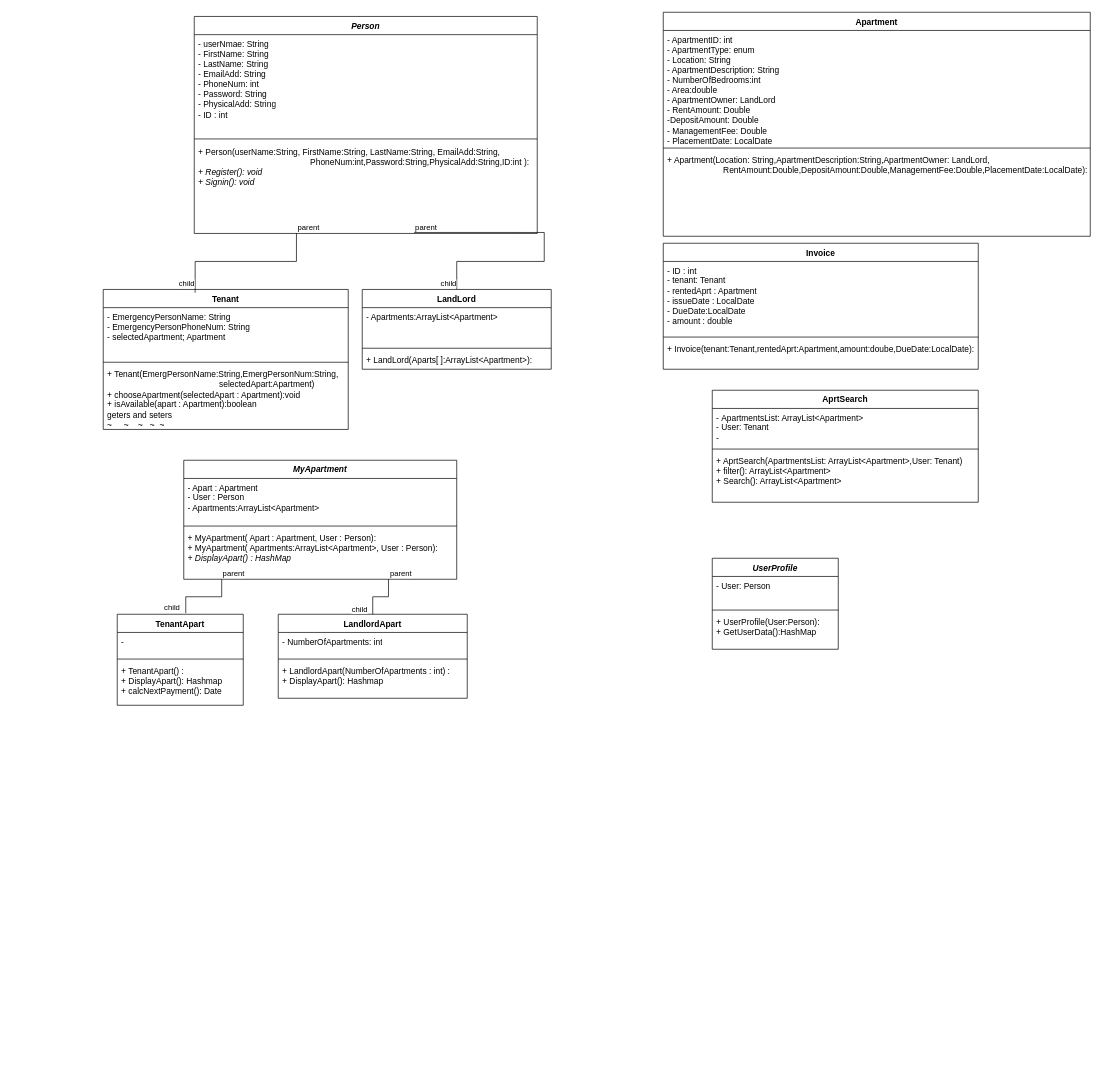
This is UML/Untitled Diagram.drawio from kandeel679/Rent_management_system, a draw.io file, before an edit. Source tidied: cells renumbered, new cells numbered last; positions are measured from the earlier drawing's top-left corner, leaving out a move shared by most shapes. Both pictures are drawn from the tidied source at 70%, with x=0, y=0 at pixel (103, 12).
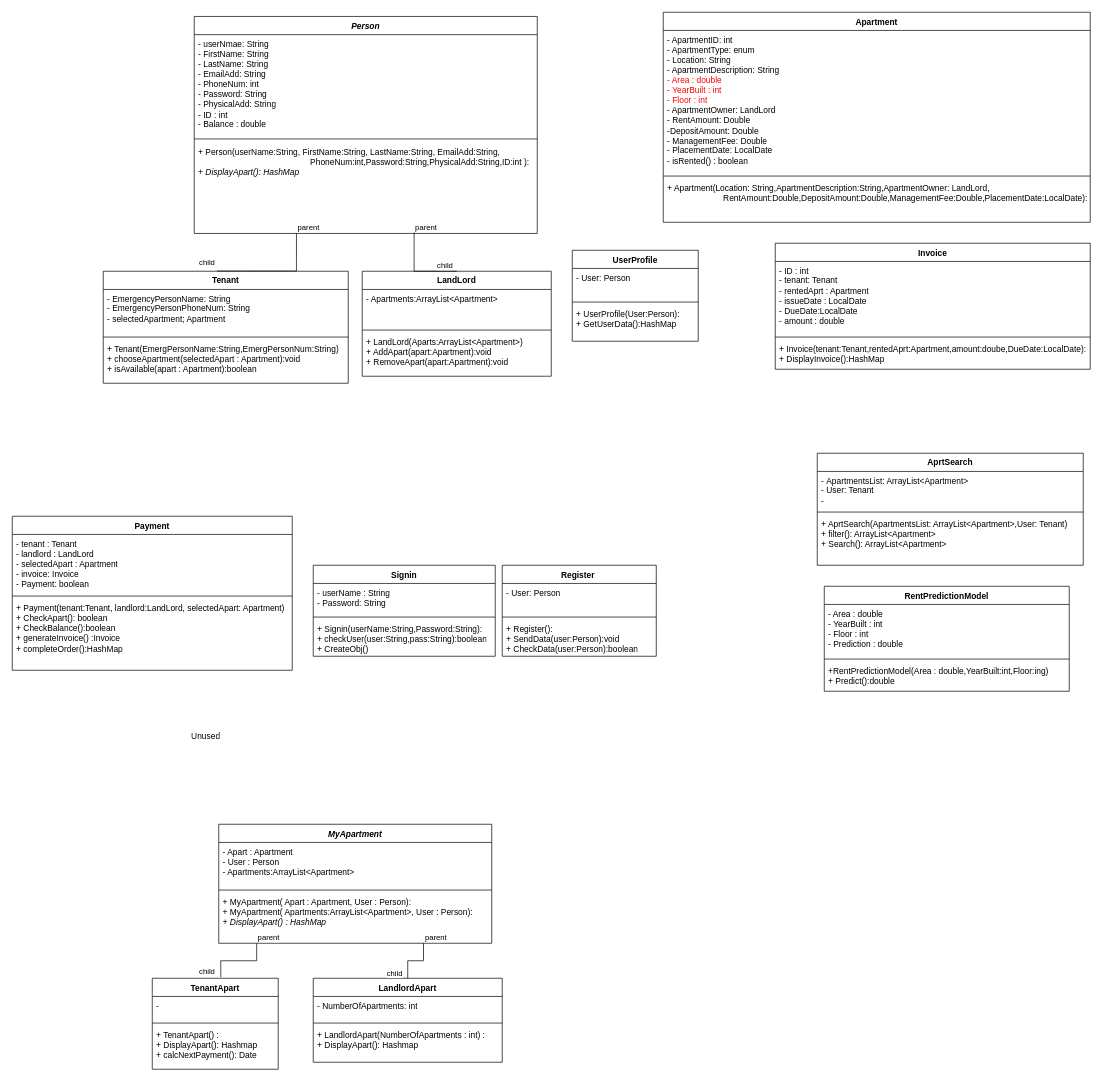
The same page after the edit.

The change refers to these unchanged cells:
```xml
<mxCell id="2" value="&lt;i&gt;Person&lt;/i&gt;" style="swimlane;fontStyle=1;align=center;verticalAlign=top;horizontal=1;startSize=26;whiteSpace=wrap;html=1;" parent="1" vertex="1">
  <mxGeometry x="130" y="6" width="490" height="310" as="geometry" />
</mxCell>
```

The edit, as a diff of the source:
```diff
@@
-    <mxCell id="3" value="- userNmae: String&lt;br&gt;- FirstName: String&lt;br&gt;- LastName: String&lt;br&gt;- EmailAdd: String&lt;br&gt;- PhoneNum: int&lt;br&gt;- Password: String&lt;br&gt;- PhysicalAdd: String&lt;br&gt;- ID : int" style="text;strokeColor=none;fillColor=none;align=left;verticalAlign=top;spacingLeft=4;spacingRight=4;overflow=hidden;whiteSpace=wrap;html=1;" parent="2" vertex="1">
+    <mxCell id="3" value="- userNmae: String&lt;br&gt;- FirstName: String&lt;br&gt;- LastName: String&lt;br&gt;- EmailAdd: String&lt;br&gt;- PhoneNum: int&lt;br&gt;- Password: String&lt;br&gt;- PhysicalAdd: String&lt;br&gt;- ID : int&lt;br&gt;- Balance : double" style="text;strokeColor=none;fillColor=none;align=left;verticalAlign=top;spacingLeft=4;spacingRight=4;overflow=hidden;whiteSpace=wrap;html=1;" parent="2" vertex="1">
       <mxGeometry y="26" width="490" height="144" as="geometry" />
     </mxCell>
@@
-    <mxCell id="5" value="+ Person(userName:String, FirstName:String, LastName:String, EmailAdd:String, &lt;span style=&quot;white-space: pre;&quot;&gt;&#9;&lt;/span&gt;&lt;span style=&quot;white-space: pre;&quot;&gt;&#9;&lt;/span&gt;&lt;span style=&quot;white-space: pre;&quot;&gt;&#9;&lt;/span&gt;&lt;span style=&quot;white-space: pre;&quot;&gt;&#9;&lt;/span&gt;&lt;span style=&quot;white-space: pre;&quot;&gt;&#9;&lt;/span&gt;&lt;span style=&quot;white-space: pre;&quot;&gt;&#9;&lt;/span&gt;PhoneNum:int,Password:String,PhysicalAdd:String,ID:int ):&lt;br&gt;&lt;i&gt;+ Register(): void&lt;/i&gt;&lt;br&gt;&lt;i&gt;+ Signin(): void&lt;br&gt;&lt;br&gt;&lt;br&gt;&lt;/i&gt;" style="text;strokeColor=none;fillColor=none;align=left;verticalAlign=top;spacingLeft=4;spacingRight=4;overflow=hidden;points=[[0,0.5],[1,0.5]];portConstraint=eastwest;whiteSpace=wrap;html=1;" parent="2" vertex="1">
+    <mxCell id="5" value="+ Person(userName:String, FirstName:String, LastName:String, EmailAdd:String, &lt;span style=&quot;white-space: pre;&quot;&gt;&#9;&lt;/span&gt;&lt;span style=&quot;white-space: pre;&quot;&gt;&#9;&lt;/span&gt;&lt;span style=&quot;white-space: pre;&quot;&gt;&#9;&lt;/span&gt;&lt;span style=&quot;white-space: pre;&quot;&gt;&#9;&lt;/span&gt;&lt;span style=&quot;white-space: pre;&quot;&gt;&#9;&lt;/span&gt;&lt;span style=&quot;white-space: pre;&quot;&gt;&#9;&lt;/span&gt;PhoneNum:int,Password:String,PhysicalAdd:String,ID:int ):&lt;br&gt;&lt;i&gt;+ DisplayApart(): HashMap&lt;br&gt;&lt;br&gt;&lt;/i&gt;" style="text;strokeColor=none;fillColor=none;align=left;verticalAlign=top;spacingLeft=4;spacingRight=4;overflow=hidden;points=[[0,0.5],[1,0.5]];portConstraint=eastwest;whiteSpace=wrap;html=1;" parent="2" vertex="1">
       <mxGeometry y="180" width="490" height="130" as="geometry" />
     </mxCell>
     <mxCell id="6" value="LandLord" style="swimlane;fontStyle=1;align=center;verticalAlign=top;horizontal=1;startSize=26;whiteSpace=wrap;html=1;" parent="1" vertex="1">
-      <mxGeometry x="370" y="396" width="270" height="114" as="geometry" />
+      <mxGeometry x="370" y="370" width="270" height="150" as="geometry" />
     </mxCell>
@@
-    <mxCell id="9" value="+&amp;nbsp;LandLord(Aparts[ ]:ArrayList&amp;lt;Apartment&amp;gt;):&amp;nbsp;" style="text;strokeColor=none;fillColor=none;align=left;verticalAlign=top;spacingLeft=4;spacingRight=4;overflow=hidden;whiteSpace=wrap;html=1;" parent="6" vertex="1">
-      <mxGeometry y="88" width="270" height="26" as="geometry" />
+    <mxCell id="9" value="+&amp;nbsp;LandLord(Aparts:ArrayList&amp;lt;Apartment&amp;gt;)&lt;br&gt;+ AddApart(apart:Apartment):void&lt;br&gt;+ RemoveApart(apart:Apartment):void" style="text;strokeColor=none;fillColor=none;align=left;verticalAlign=top;spacingLeft=4;spacingRight=4;overflow=hidden;whiteSpace=wrap;html=1;" parent="6" vertex="1">
+      <mxGeometry y="88" width="270" height="62" as="geometry" />
     </mxCell>
     <mxCell id="10" value="Apartment" style="swimlane;fontStyle=1;align=center;verticalAlign=top;horizontal=1;startSize=26;whiteSpace=wrap;html=1;rotation=0;" parent="1" vertex="1">
-      <mxGeometry x="800" width="610" height="320" as="geometry" />
+      <mxGeometry x="800" width="610" height="300" as="geometry" />
     </mxCell>
-    <mxCell id="11" value="- ApartmentID: int&lt;br&gt;- ApartmentType: enum&lt;br&gt;- Location: String&lt;br&gt;- ApartmentDescription: String&lt;br&gt;- NumberOfBedrooms:int&lt;br&gt;- Area:double&lt;br&gt;- ApartmentOwner: LandLord&lt;br&gt;- RentAmount: Double&lt;br&gt;-DepositAmount: Double&lt;br&gt;- ManagementFee: Double&lt;br&gt;- PlacementDate: LocalDate" style="text;strokeColor=none;fillColor=none;align=left;verticalAlign=top;spacingLeft=4;spacingRight=4;overflow=hidden;whiteSpace=wrap;html=1;rotation=0;" parent="10" vertex="1">
-      <mxGeometry y="26" width="610" height="164" as="geometry" />
+    <mxCell id="11" value="- ApartmentID: int&lt;br&gt;- ApartmentType: enum&lt;br&gt;- Location: String&lt;br&gt;- ApartmentDescription: String&lt;br&gt;&lt;font color=&quot;#ff0000&quot;&gt;- Area : double&lt;br&gt;-&amp;nbsp;YearBuilt : int&lt;br&gt;- Floor : int&lt;br&gt;&lt;/font&gt;- ApartmentOwner: LandLord&lt;br&gt;- RentAmount: Double&lt;br&gt;-DepositAmount: Double&lt;br&gt;- ManagementFee: Double&lt;br&gt;- PlacementDate: LocalDate&lt;br&gt;- isRented() : boolean" style="text;strokeColor=none;fillColor=none;align=left;verticalAlign=top;spacingLeft=4;spacingRight=4;overflow=hidden;whiteSpace=wrap;html=1;rotation=0;" parent="10" vertex="1">
+      <mxGeometry y="26" width="610" height="204" as="geometry" />
     </mxCell>
     <mxCell id="12" style="line;strokeWidth=1;fillColor=none;align=left;verticalAlign=middle;spacingTop=-1;spacingLeft=3;spacingRight=3;labelPosition=right;strokeColor=inherit;rotation=0;" parent="10" vertex="1">
-      <mxGeometry y="190" width="610" height="8" as="geometry" />
+      <mxGeometry y="230" width="610" height="8" as="geometry" />
     </mxCell>
     <mxCell id="13" value="+ Apartment(Location: String,ApartmentDescription:String,ApartmentOwner: LandLord,&lt;br&gt;&lt;span style=&quot;white-space: pre;&quot;&gt;&#9;&lt;/span&gt;&lt;span style=&quot;white-space: pre;&quot;&gt;&#9;&lt;/span&gt;&lt;span style=&quot;white-space: pre;&quot;&gt;&#9;&lt;/span&gt;RentAmount:Double,DepositAmount:Double,ManagementFee:Double,PlacementDate:LocalDate&lt;span style=&quot;background-color: initial;&quot;&gt;):&lt;br&gt;&lt;br&gt;&lt;/span&gt;" style="text;strokeColor=none;fillColor=none;align=left;verticalAlign=top;spacingLeft=4;spacingRight=4;overflow=hidden;whiteSpace=wrap;html=1;rotation=0;" parent="10" vertex="1">
-      <mxGeometry y="198" width="610" height="122" as="geometry" />
+      <mxGeometry y="238" width="610" height="62" as="geometry" />
     </mxCell>
     <mxCell id="14" value="Tenant" style="swimlane;fontStyle=1;align=center;verticalAlign=top;horizontal=1;startSize=26;whiteSpace=wrap;html=1;" parent="1" vertex="1">
-      <mxGeometry y="396" width="350" height="200" as="geometry" />
+      <mxGeometry y="370" width="350" height="160" as="geometry" />
     </mxCell>
     <mxCell id="15" value="- EmergencyPersonName: String&lt;br&gt;- EmergencyPersonPhoneNum: String&lt;br&gt;- selectedApartment; Apartment&amp;nbsp;" style="text;strokeColor=none;fillColor=none;align=left;verticalAlign=top;spacingLeft=4;spacingRight=4;overflow=hidden;whiteSpace=wrap;html=1;" parent="14" vertex="1">
-      <mxGeometry y="26" width="350" height="74" as="geometry" />
+      <mxGeometry y="26" width="350" height="64" as="geometry" />
     </mxCell>
     <mxCell id="16" style="line;strokeWidth=1;fillColor=none;align=left;verticalAlign=middle;spacingTop=-1;spacingLeft=3;spacingRight=3;labelPosition=right;strokeColor=inherit;" parent="14" vertex="1">
-      <mxGeometry y="100" width="350" height="8" as="geometry" />
+      <mxGeometry y="90" width="350" height="8" as="geometry" />
     </mxCell>
-    <mxCell id="17" value="+ Tenant(EmergPersonName:String,EmergPersonNum:String,&lt;br&gt;&lt;span style=&quot;white-space: pre;&quot;&gt;&#9;&lt;/span&gt;&lt;span style=&quot;white-space: pre;&quot;&gt;&#9;&lt;/span&gt;&lt;span style=&quot;white-space: pre;&quot;&gt;&#9;&lt;/span&gt;&lt;span style=&quot;white-space: pre;&quot;&gt;&#9;&lt;/span&gt;&lt;span style=&quot;white-space: pre;&quot;&gt;&#9;&lt;span style=&quot;white-space: pre;&quot;&gt;&#9;&lt;/span&gt;&lt;/span&gt;selectedApart:Apartment)&lt;br&gt;+&amp;nbsp;chooseApartment(selectedApart : Apartment):void&lt;br&gt;+ isAvailable(apart : Apartment):boolean&lt;br&gt;geters and seters&lt;br&gt;~&amp;nbsp; &amp;nbsp; &amp;nbsp;~&amp;nbsp; &amp;nbsp; ~&amp;nbsp; &amp;nbsp;~&amp;nbsp; ~" style="text;strokeColor=none;fillColor=none;align=left;verticalAlign=top;spacingLeft=4;spacingRight=4;overflow=hidden;whiteSpace=wrap;html=1;" parent="14" vertex="1">
-      <mxGeometry y="108" width="350" height="92" as="geometry" />
+    <mxCell id="17" value="+ Tenant(EmergPersonName:String,EmergPersonNum:String)&lt;br&gt;+&amp;nbsp;chooseApartment(selectedApart : Apartment):void&lt;br&gt;+ isAvailable(apart : Apartment):boolean&lt;br&gt;" style="text;strokeColor=none;fillColor=none;align=left;verticalAlign=top;spacingLeft=4;spacingRight=4;overflow=hidden;whiteSpace=wrap;html=1;" parent="14" vertex="1">
+      <mxGeometry y="98" width="350" height="62" as="geometry" />
     </mxCell>
-    <mxCell id="18" style="endArrow=none;html=1;edgeStyle=orthogonalEdgeStyle;rounded=0;entryX=0.375;entryY=0.023;entryDx=0;entryDy=0;entryPerimeter=0;exitX=0.298;exitY=0.999;exitDx=0;exitDy=0;exitPerimeter=0;" parent="1" edge="1" source="5" target="14">
-      <mxGeometry relative="1" as="geometry" />
+    <mxCell id="18" style="endArrow=none;html=1;edgeStyle=orthogonalEdgeStyle;rounded=0;exitX=0.298;exitY=0.999;exitDx=0;exitDy=0;exitPerimeter=0;entryX=0.465;entryY=-0.002;entryDx=0;entryDy=0;entryPerimeter=0;" parent="1" edge="1" source="5" target="14">
+      <mxGeometry relative="1" as="geometry">
+        <Array as="points">
+          <mxPoint x="276" y="370" />
+          <mxPoint x="163" y="370" />
+        </Array>
+      </mxGeometry>
     </mxCell>
@@
     <mxCell id="20" value="child" style="edgeLabel;html=1;align=right;verticalAlign=bottom;" parent="18" vertex="1">
       <mxGeometry x="1" relative="1" as="geometry">
-        <mxPoint y="-4" as="offset" />
+        <mxPoint x="-3" y="-4" as="offset" />
       </mxGeometry>
     </mxCell>
     <mxCell id="21" value="Invoice" style="swimlane;fontStyle=1;align=center;verticalAlign=top;horizontal=1;startSize=26;whiteSpace=wrap;html=1;" parent="1" vertex="1">
-      <mxGeometry x="800" y="330" width="450" height="180" as="geometry" />
+      <mxGeometry x="960" y="330" width="450" height="180" as="geometry" />
     </mxCell>
@@
-    <mxCell id="24" value="+ Invoice(tenant:Tenant,rentedAprt:Apartment,amount:doube,DueDate:LocalDate):" style="text;strokeColor=none;fillColor=none;align=left;verticalAlign=top;spacingLeft=4;spacingRight=4;overflow=hidden;whiteSpace=wrap;html=1;" parent="21" vertex="1">
+    <mxCell id="24" value="+ Invoice(tenant:Tenant,rentedAprt:Apartment,amount:doube,DueDate:LocalDate):&lt;br&gt;+ DisplayInvoice():HashMap" style="text;strokeColor=none;fillColor=none;align=left;verticalAlign=top;spacingLeft=4;spacingRight=4;overflow=hidden;whiteSpace=wrap;html=1;" parent="21" vertex="1">
       <mxGeometry y="138" width="450" height="42" as="geometry" />
     </mxCell>
     <mxCell id="25" style="endArrow=none;html=1;edgeStyle=orthogonalEdgeStyle;rounded=0;exitX=0.641;exitY=0.989;exitDx=0;exitDy=0;exitPerimeter=0;entryX=0.5;entryY=0;entryDx=0;entryDy=0;" parent="1" edge="1" source="5" target="6">
-      <mxGeometry relative="1" as="geometry" />
+      <mxGeometry relative="1" as="geometry">
+        <Array as="points">
+          <mxPoint x="444" y="370" />
+          <mxPoint x="505" y="370" />
+        </Array>
+      </mxGeometry>
     </mxCell>
@@
     <mxCell id="27" value="child" style="edgeLabel;html=1;align=right;verticalAlign=bottom;" parent="25" vertex="1">
-      <mxGeometry x="1" relative="1" as="geometry" />
+      <mxGeometry x="1" relative="1" as="geometry">
+        <mxPoint x="-5" as="offset" />
+      </mxGeometry>
     </mxCell>
     <mxCell id="28" value="AprtSearch" style="swimlane;fontStyle=1;align=center;verticalAlign=top;horizontal=1;startSize=26;whiteSpace=wrap;html=1;" parent="1" vertex="1">
-      <mxGeometry x="870" y="540" width="380" height="160" as="geometry" />
+      <mxGeometry x="1020" y="630" width="380" height="160" as="geometry" />
     </mxCell>
@@
-    <mxCell id="32" value="&lt;i&gt;UserProfile&lt;/i&gt;" style="swimlane;fontStyle=1;align=center;verticalAlign=top;horizontal=1;startSize=26;whiteSpace=wrap;html=1;" parent="1" vertex="1">
-      <mxGeometry x="870" y="780" width="180" height="130" as="geometry" />
+    <mxCell id="32" value="UserProfile" style="swimlane;fontStyle=1;align=center;verticalAlign=top;horizontal=1;startSize=26;whiteSpace=wrap;html=1;" parent="1" vertex="1">
+      <mxGeometry x="670" y="340" width="180" height="130" as="geometry" />
     </mxCell>
@@
     <mxCell id="36" value="&lt;i&gt;MyApartment&lt;/i&gt;" style="swimlane;fontStyle=1;align=center;verticalAlign=top;horizontal=1;startSize=26;whiteSpace=wrap;html=1;" parent="1" vertex="1">
-      <mxGeometry x="115" y="640" width="390" height="170" as="geometry" />
+      <mxGeometry x="165" y="1160" width="390" height="170" as="geometry" />
     </mxCell>
@@
     <mxCell id="40" value="TenantApart" style="swimlane;fontStyle=1;align=center;verticalAlign=top;horizontal=1;startSize=26;whiteSpace=wrap;html=1;" parent="1" vertex="1">
-      <mxGeometry x="20" y="860" width="180" height="130" as="geometry" />
+      <mxGeometry x="70" y="1380" width="180" height="130" as="geometry" />
     </mxCell>
@@
     <mxCell id="44" value="LandlordApart" style="swimlane;fontStyle=1;align=center;verticalAlign=top;horizontal=1;startSize=26;whiteSpace=wrap;html=1;" parent="1" vertex="1">
-      <mxGeometry x="250" y="860" width="270" height="120" as="geometry" />
+      <mxGeometry x="300" y="1380" width="270" height="120" as="geometry" />
     </mxCell>
@@
+    <mxCell id="54" value="Unused" style="text;strokeColor=none;fillColor=none;align=left;verticalAlign=middle;spacingLeft=4;spacingRight=4;overflow=hidden;whiteSpace=wrap;html=1;" parent="1" vertex="1">
+      <mxGeometry x="120" y="1020" width="80" height="30" as="geometry" />
+    </mxCell>
+    <mxCell id="55" value="Payment" style="swimlane;fontStyle=1;align=center;verticalAlign=top;horizontal=1;startSize=26;whiteSpace=wrap;html=1;" parent="1" vertex="1">
+      <mxGeometry x="-130" y="720" width="400" height="220" as="geometry" />
+    </mxCell>
+    <mxCell id="56" value="- tenant : Tenant&lt;br&gt;- landlord : LandLord&lt;br&gt;- selectedApart : Apartment&lt;br&gt;- invoice: Invoice&lt;br&gt;- Payment: boolean&amp;nbsp;" style="text;strokeColor=none;fillColor=none;align=left;verticalAlign=top;spacingLeft=4;spacingRight=4;overflow=hidden;whiteSpace=wrap;html=1;" parent="55" vertex="1">
+      <mxGeometry y="26" width="400" height="84" as="geometry" />
+    </mxCell>
+    <mxCell id="57" style="line;strokeWidth=1;fillColor=none;align=left;verticalAlign=middle;spacingTop=-1;spacingLeft=3;spacingRight=3;labelPosition=right;strokeColor=inherit;" parent="55" vertex="1">
+      <mxGeometry y="110" width="400" height="8" as="geometry" />
+    </mxCell>
+    <mxCell id="58" value="+ Payment(tenant:Tenant, landlord:LandLord, selectedApart: Apartment)&lt;br&gt;+ CheckApart(): boolean&lt;br&gt;+ CheckBalance():boolean&lt;br&gt;+ generateInvoice() :Invoice&amp;nbsp;&lt;br&gt;+&amp;nbsp;completeOrder():HashMap&lt;br&gt;" style="text;strokeColor=none;fillColor=none;align=left;verticalAlign=top;spacingLeft=4;spacingRight=4;overflow=hidden;whiteSpace=wrap;html=1;" parent="55" vertex="1">
+      <mxGeometry y="118" width="400" height="102" as="geometry" />
+    </mxCell>
+    <mxCell id="59" value="RentPredictionModel" style="swimlane;fontStyle=1;align=center;verticalAlign=top;horizontal=1;startSize=26;whiteSpace=wrap;html=1;" parent="1" vertex="1">
+      <mxGeometry x="1030" y="820" width="350" height="150" as="geometry" />
+    </mxCell>
+    <mxCell id="60" value="- Area : double&lt;br style=&quot;&quot;&gt;-&amp;nbsp;YearBuilt : int&lt;br style=&quot;&quot;&gt;- Floor : int&lt;br&gt;- Prediction : double" style="text;strokeColor=none;fillColor=none;align=left;verticalAlign=top;spacingLeft=4;spacingRight=4;overflow=hidden;whiteSpace=wrap;html=1;" parent="59" vertex="1">
+      <mxGeometry y="26" width="350" height="74" as="geometry" />
+    </mxCell>
+    <mxCell id="61" style="line;strokeWidth=1;fillColor=none;align=left;verticalAlign=middle;spacingTop=-1;spacingLeft=3;spacingRight=3;labelPosition=right;strokeColor=inherit;" parent="59" vertex="1">
+      <mxGeometry y="100" width="350" height="8" as="geometry" />
+    </mxCell>
+    <mxCell id="62" value="+RentPredictionModel(Area : double,YearBuilt:int,Floor:ing)&lt;br&gt;+ Predict():double&lt;br&gt;" style="text;strokeColor=none;fillColor=none;align=left;verticalAlign=top;spacingLeft=4;spacingRight=4;overflow=hidden;whiteSpace=wrap;html=1;" parent="59" vertex="1">
+      <mxGeometry y="108" width="350" height="42" as="geometry" />
+    </mxCell>
+    <mxCell id="63" value="Signin" style="swimlane;fontStyle=1;align=center;verticalAlign=top;horizontal=1;startSize=26;whiteSpace=wrap;html=1;" parent="1" vertex="1">
+      <mxGeometry x="300" y="790" width="260" height="130" as="geometry" />
+    </mxCell>
+    <mxCell id="64" value="- userName : String&lt;br&gt;- Password: String" style="text;strokeColor=none;fillColor=none;align=left;verticalAlign=top;spacingLeft=4;spacingRight=4;overflow=hidden;whiteSpace=wrap;html=1;" parent="63" vertex="1">
+      <mxGeometry y="26" width="260" height="44" as="geometry" />
+    </mxCell>
+    <mxCell id="65" style="line;strokeWidth=1;fillColor=none;align=left;verticalAlign=middle;spacingTop=-1;spacingLeft=3;spacingRight=3;labelPosition=right;strokeColor=inherit;" parent="63" vertex="1">
+      <mxGeometry y="70" width="260" height="8" as="geometry" />
+    </mxCell>
+    <mxCell id="66" value="+ Signin(userName:String,Password:String):&lt;br&gt;+ checkUser(user:String,pass:String):boolean&lt;br&gt;+ CreateObj()&amp;nbsp;" style="text;strokeColor=none;fillColor=none;align=left;verticalAlign=top;spacingLeft=4;spacingRight=4;overflow=hidden;whiteSpace=wrap;html=1;" parent="63" vertex="1">
+      <mxGeometry y="78" width="260" height="52" as="geometry" />
+    </mxCell>
+    <mxCell id="67" value="Register&amp;nbsp;" style="swimlane;fontStyle=1;align=center;verticalAlign=top;horizontal=1;startSize=26;whiteSpace=wrap;html=1;" parent="1" vertex="1">
+      <mxGeometry x="570" y="790" width="220" height="130" as="geometry" />
+    </mxCell>
+    <mxCell id="68" value="- User: Person&lt;br&gt;" style="text;strokeColor=none;fillColor=none;align=left;verticalAlign=top;spacingLeft=4;spacingRight=4;overflow=hidden;whiteSpace=wrap;html=1;" parent="67" vertex="1">
+      <mxGeometry y="26" width="220" height="44" as="geometry" />
+    </mxCell>
+    <mxCell id="69" style="line;strokeWidth=1;fillColor=none;align=left;verticalAlign=middle;spacingTop=-1;spacingLeft=3;spacingRight=3;labelPosition=right;strokeColor=inherit;" parent="67" vertex="1">
+      <mxGeometry y="70" width="220" height="8" as="geometry" />
+    </mxCell>
+    <mxCell id="70" value="+ Register():&lt;br&gt;+ SendData(user:Person):void&lt;br&gt;+ CheckData(user:Person):boolean" style="text;strokeColor=none;fillColor=none;align=left;verticalAlign=top;spacingLeft=4;spacingRight=4;overflow=hidden;whiteSpace=wrap;html=1;" parent="67" vertex="1">
+      <mxGeometry y="78" width="220" height="52" as="geometry" />
+    </mxCell>
```
